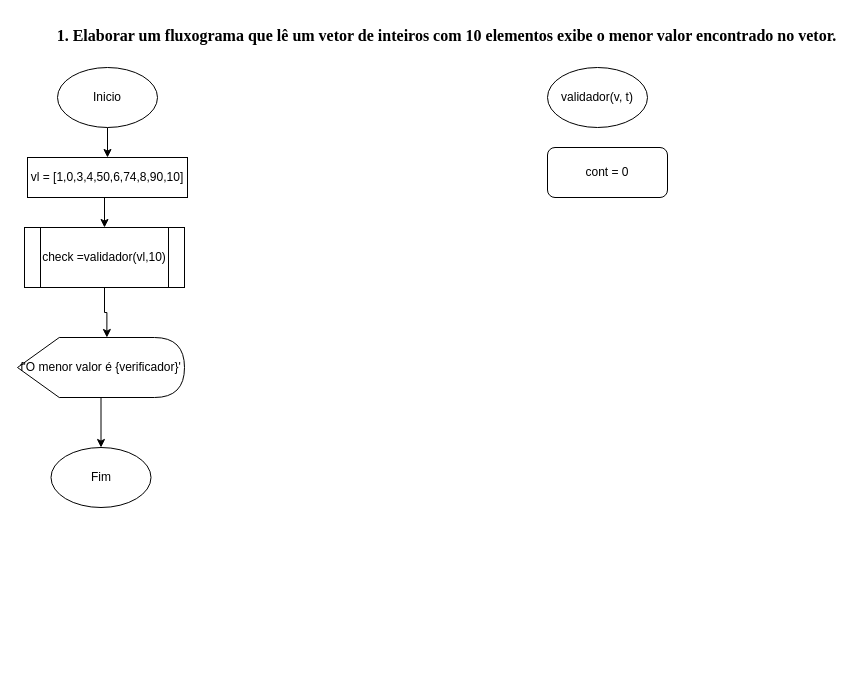
Earlier version of the draw.io diagram Diagrama sem nome.drawio (Auggustto/L-GICA-DE-PROGRAMA-O). Source tidied: cells renumbered, new cells numbered last; positions are measured from the earlier drawing's top-left corner, leaving out a move shared by most shapes. Both pictures are drawn from the tidied source at 100%, with x=0, y=0 at pixel (17, 17).
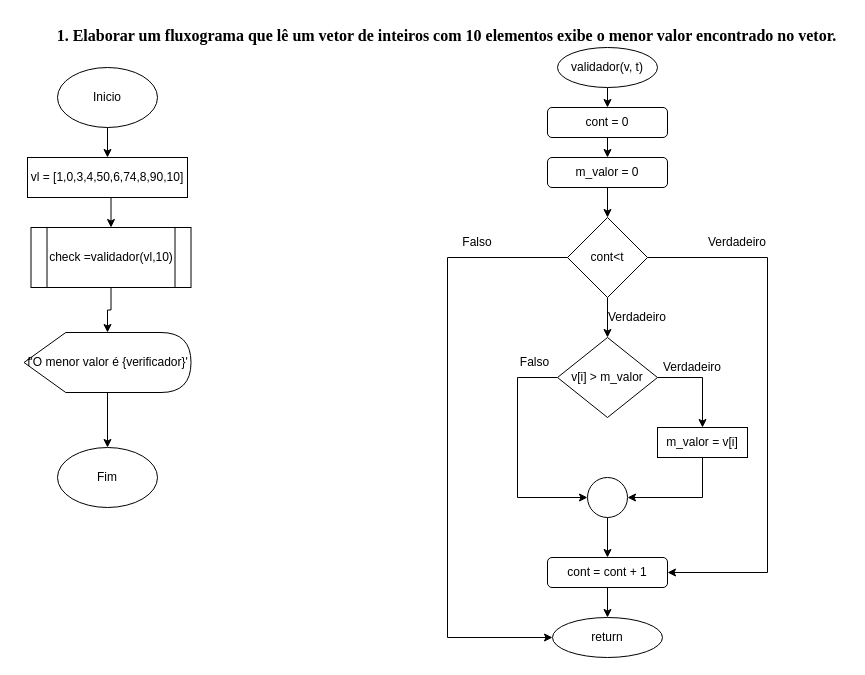
Above is the later version.

The edit, as a diff of the source:
```diff
@@
     <mxCell id="7" value="Fim" style="ellipse;whiteSpace=wrap;html=1;" parent="1" vertex="1">
-      <mxGeometry x="33.5" y="430" width="100" height="60" as="geometry" />
+      <mxGeometry x="40" y="430" width="100" height="60" as="geometry" />
     </mxCell>
+    <mxCell id="12" style="edgeStyle=orthogonalEdgeStyle;rounded=0;jettySize=auto;html=1;" parent="1" edge="1" source="8" target="11">
+      <mxGeometry relative="1" as="geometry" />
+    </mxCell>
     <mxCell id="8" value="check =validador(vl,10)" style="shape=process;whiteSpace=wrap;html=1;backgroundOutline=1;" parent="1" vertex="1">
-      <mxGeometry x="7" y="210" width="160" height="60" as="geometry" />
+      <mxGeometry x="13.5" y="210" width="160" height="60" as="geometry" />
     </mxCell>
+    <mxCell id="14" style="edgeStyle=orthogonalEdgeStyle;rounded=0;jettySize=auto;html=1;exitX=0.5;exitY=1;exitDx=0;exitDy=0;entryX=0.5;entryY=0;entryDx=0;entryDy=0;" parent="1" edge="1" source="9" target="13">
+      <mxGeometry relative="1" as="geometry" />
+    </mxCell>
     <mxCell id="9" value="validador(v, t)" style="ellipse;whiteSpace=wrap;html=1;" parent="1" vertex="1">
-      <mxGeometry x="530" y="50" width="100" height="60" as="geometry" />
+      <mxGeometry x="540" y="30" width="100" height="40" as="geometry" />
     </mxCell>
@@
     <mxCell id="11" value="f'O menor valor é {verificador}' " style="shape=display;whiteSpace=wrap;html=1;" parent="1" vertex="1">
-      <mxGeometry y="320" width="167" height="60" as="geometry" />
+      <mxGeometry x="6.5" y="315" width="167" height="60" as="geometry" />
     </mxCell>
-    <mxCell id="12" style="edgeStyle=orthogonalEdgeStyle;rounded=0;jettySize=auto;html=1;exitX=0.5;exitY=1;exitDx=0;exitDy=0;entryX=0;entryY=0;entryDx=89.375;entryDy=0;entryPerimeter=0;" parent="1" edge="1" source="8" target="11">
-      <mxGeometry relative="1" as="geometry" />
-    </mxCell>
+    <mxCell id="15" style="edgeStyle=orthogonalEdgeStyle;rounded=0;jettySize=auto;html=1;exitX=0.5;exitY=1;exitDx=0;exitDy=0;entryX=0.5;entryY=0;entryDx=0;entryDy=0;" parent="1" edge="1" source="13" target="29">
+      <mxGeometry relative="1" as="geometry" />
+    </mxCell>
     <mxCell id="13" value="cont = 0" style="rounded=1;whiteSpace=wrap;html=1;" parent="1" vertex="1">
-      <mxGeometry x="530" y="130" width="120" height="50" as="geometry" />
+      <mxGeometry x="530" y="90" width="120" height="30" as="geometry" />
     </mxCell>
+    <mxCell id="16" style="edgeStyle=orthogonalEdgeStyle;rounded=0;jettySize=auto;html=1;entryX=0.5;entryY=0;entryDx=0;entryDy=0;" parent="1" edge="1" source="19" target="23">
+      <mxGeometry relative="1" as="geometry" />
+    </mxCell>
+    <mxCell id="17" style="edgeStyle=orthogonalEdgeStyle;rounded=0;jettySize=auto;html=1;exitX=1;exitY=0.5;exitDx=0;exitDy=0;entryX=1;entryY=0.5;entryDx=0;entryDy=0;entryPerimeter=0;" parent="1" edge="1" source="19" target="31">
+      <mxGeometry relative="1" as="geometry">
+        <Array as="points">
+          <mxPoint x="750" y="240" />
+          <mxPoint x="750" y="555" />
+        </Array>
+      </mxGeometry>
+    </mxCell>
+    <mxCell id="18" style="edgeStyle=orthogonalEdgeStyle;rounded=0;jettySize=auto;html=1;exitX=0;exitY=0.5;exitDx=0;exitDy=0;entryX=0;entryY=0.5;entryDx=0;entryDy=0;" parent="1" edge="1" source="19" target="20">
+      <mxGeometry relative="1" as="geometry">
+        <Array as="points">
+          <mxPoint x="430" y="240" />
+          <mxPoint x="430" y="620" />
+        </Array>
+      </mxGeometry>
+    </mxCell>
+    <mxCell id="19" value="cont&amp;lt;t" style="rhombus;whiteSpace=wrap;html=1;" parent="1" vertex="1">
+      <mxGeometry x="550" y="200" width="80" height="80" as="geometry" />
+    </mxCell>
+    <mxCell id="20" value="return" style="ellipse;whiteSpace=wrap;html=1;" parent="1" vertex="1">
+      <mxGeometry x="535" y="600" width="110" height="40" as="geometry" />
+    </mxCell>
+    <mxCell id="21" style="edgeStyle=orthogonalEdgeStyle;rounded=0;jettySize=auto;html=1;entryX=0;entryY=0.5;entryDx=0;entryDy=0;exitX=0;exitY=0.5;exitDx=0;exitDy=0;" parent="1" edge="1" source="23" target="26">
+      <mxGeometry relative="1" as="geometry">
+        <Array as="points">
+          <mxPoint x="500" y="360" />
+          <mxPoint x="500" y="480" />
+        </Array>
+      </mxGeometry>
+    </mxCell>
+    <mxCell id="22" style="edgeStyle=orthogonalEdgeStyle;rounded=0;jettySize=auto;html=1;exitX=1;exitY=0.5;exitDx=0;exitDy=0;" parent="1" edge="1" source="23" target="33">
+      <mxGeometry relative="1" as="geometry" />
+    </mxCell>
+    <mxCell id="23" value="v[i] &amp;gt; m_valor " style="rhombus;whiteSpace=wrap;html=1;" parent="1" vertex="1">
+      <mxGeometry x="540" y="320" width="100" height="80" as="geometry" />
+    </mxCell>
+    <mxCell id="24" value="Verdadeiro" style="text;html=1;strokeColor=none;fillColor=none;align=center;verticalAlign=middle;whiteSpace=wrap;rounded=0;" parent="1" vertex="1">
+      <mxGeometry x="590" y="290" width="60" height="20" as="geometry" />
+    </mxCell>
+    <mxCell id="25" style="edgeStyle=orthogonalEdgeStyle;rounded=0;jettySize=auto;html=1;exitX=0.5;exitY=1;exitDx=0;exitDy=0;entryX=0.5;entryY=0;entryDx=0;entryDy=0;" parent="1" edge="1" source="26" target="31">
+      <mxGeometry relative="1" as="geometry" />
+    </mxCell>
+    <mxCell id="26" style="ellipse;whiteSpace=wrap;html=1;" parent="1" vertex="1">
+      <mxGeometry x="570" y="460" width="40" height="40" as="geometry" />
+    </mxCell>
+    <mxCell id="27" value="Falso" style="text;html=1;strokeColor=none;fillColor=none;align=center;verticalAlign=middle;whiteSpace=wrap;rounded=0;" parent="1" vertex="1">
+      <mxGeometry x="430" y="210" width="60" height="30" as="geometry" />
+    </mxCell>
+    <mxCell id="28" style="edgeStyle=orthogonalEdgeStyle;rounded=0;jettySize=auto;html=1;exitX=0.5;exitY=1;exitDx=0;exitDy=0;entryX=0.5;entryY=0;entryDx=0;entryDy=0;" parent="1" edge="1" source="29" target="19">
+      <mxGeometry relative="1" as="geometry" />
+    </mxCell>
+    <mxCell id="29" value="m_valor = 0" style="rounded=1;whiteSpace=wrap;html=1;" parent="1" vertex="1">
+      <mxGeometry x="530" y="140" width="120" height="30" as="geometry" />
+    </mxCell>
+    <mxCell id="30" style="edgeStyle=orthogonalEdgeStyle;rounded=0;jettySize=auto;html=1;exitX=0.5;exitY=1;exitDx=0;exitDy=0;entryX=0.5;entryY=0;entryDx=0;entryDy=0;" parent="1" edge="1" source="31" target="20">
+      <mxGeometry relative="1" as="geometry" />
+    </mxCell>
+    <mxCell id="31" value="cont = cont + 1" style="rounded=1;whiteSpace=wrap;html=1;" parent="1" vertex="1">
+      <mxGeometry x="530" y="540" width="120" height="30" as="geometry" />
+    </mxCell>
+    <mxCell id="32" value="Verdadeiro" style="text;html=1;strokeColor=none;fillColor=none;align=center;verticalAlign=middle;whiteSpace=wrap;rounded=0;" parent="1" vertex="1">
+      <mxGeometry x="690" y="210" width="60" height="30" as="geometry" />
+    </mxCell>
+    <mxCell id="33" value="m_valor = v[i]" style="whiteSpace=wrap;html=1;" parent="1" vertex="1">
+      <mxGeometry x="640" y="410" width="90" height="30" as="geometry" />
+    </mxCell>
+    <mxCell id="34" style="edgeStyle=orthogonalEdgeStyle;rounded=0;jettySize=auto;html=1;exitX=0.5;exitY=1;exitDx=0;exitDy=0;entryX=1;entryY=0.5;entryDx=0;entryDy=0;" parent="1" edge="1" source="33" target="26">
+      <mxGeometry relative="1" as="geometry" />
+    </mxCell>
+    <mxCell id="35" value="Verdadeiro" style="text;html=1;strokeColor=none;fillColor=none;align=center;verticalAlign=middle;whiteSpace=wrap;rounded=0;" parent="1" vertex="1">
+      <mxGeometry x="645" y="340" width="60" height="20" as="geometry" />
+    </mxCell>
+    <mxCell id="36" value="Falso" style="text;html=1;strokeColor=none;fillColor=none;align=center;verticalAlign=middle;whiteSpace=wrap;rounded=0;" parent="1" vertex="1">
+      <mxGeometry x="500" y="330" width="35" height="30" as="geometry" />
+    </mxCell>
```
